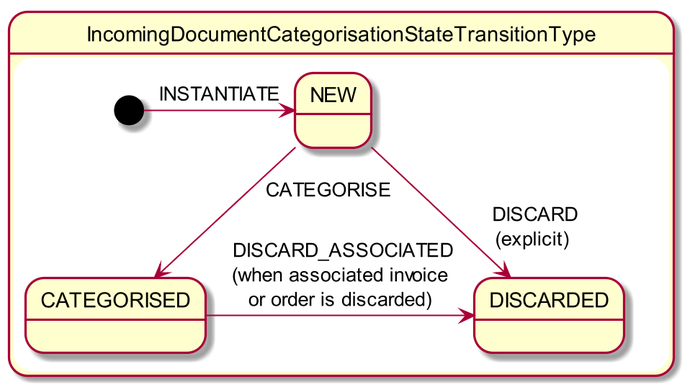
This is adocs/documentation/src/main/asciidoc/document-categorisation-state-chart.png from estatio/estatio, a PlantUML export, as it was before one commit.
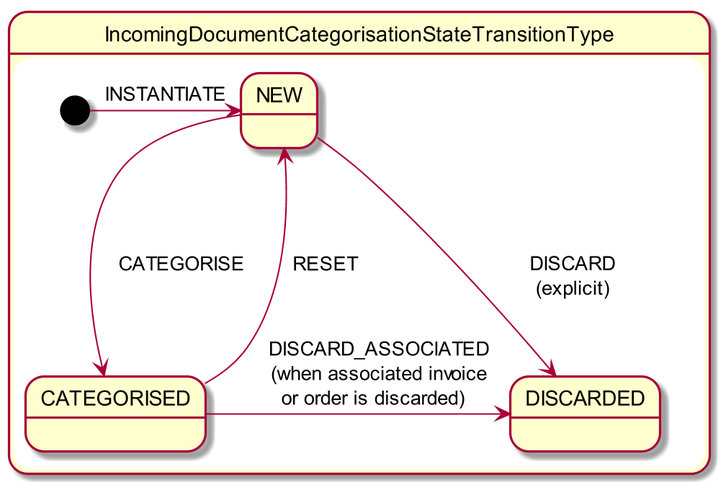
After the commit.

The edit, as a diff of the source:
```diff
@@ -8,8 +8,9 @@
     state "DISCARDED" as idc_d
 
     [*] -right-> idc_new: INSTANTIATE
-    idc_new -down-> idc_c : CATEGORISE\n\n
-    idc_c -right-> idc_d : \n  DISCARD_ASSOCIATED \n(when associated invoice\nor order is discarded)
-    idc_new --> idc_d : \n  DISCARD\n (explicit)
+    idc_new -down-> idc_c : CATEGORISE
+    idc_c -up-> idc_new : \n\n\n RESET\n\n\n
+    idc_c -right-> idc_d : \n\n        DISCARD_ASSOCIATED \n       (when associated invoice\n     or order is discarded)
+    idc_new --> idc_d : \nDISCARD\n(explicit)
 }
 @enduml
```
